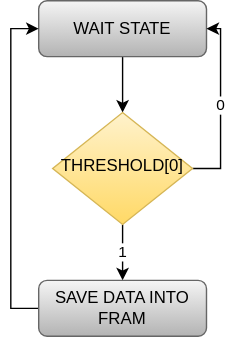
The draw.io diagram REPORT/fsm_funzionamento.svg in simoneruffini/NORM, before a commit. Source tidied: cells renumbered, new cells last; positions are measured from the earlier drawing's top-left corner, leaving out a move shared by most shapes. Its diagram source:
```xml
<mxGraphModel>
  <root>
    <mxCell id="0" />
    <mxCell id="1" parent="0" />
    <mxCell id="2" style="edgeStyle=orthogonalEdgeStyle;rounded=0;jettySize=auto;html=1;exitX=0.5;exitY=1;exitDx=0;exitDy=0;entryX=0.5;entryY=0;entryDx=0;entryDy=0;" parent="1" edge="1" source="3" target="6">
      <mxGeometry relative="1" as="geometry" />
    </mxCell>
    <mxCell id="3" value="WAIT STATE" style="rounded=1;whiteSpace=wrap;html=1;fontSize=12;glass=0;strokeWidth=1;shadow=0;gradientColor=#b3b3b3;fillColor=#f5f5f5;strokeColor=#666666;" parent="1" vertex="1">
      <mxGeometry width="120" height="40" as="geometry" />
    </mxCell>
    <mxCell id="4" value="0" style="edgeStyle=orthogonalEdgeStyle;rounded=0;jettySize=auto;html=1;exitX=1;exitY=0.5;exitDx=0;exitDy=0;entryX=1;entryY=0.5;entryDx=0;entryDy=0;" parent="1" edge="1" source="6" target="3">
      <mxGeometry relative="1" as="geometry" />
    </mxCell>
    <mxCell id="5" value="1" style="edgeStyle=orthogonalEdgeStyle;rounded=0;jettySize=auto;html=1;exitX=0.5;exitY=1;exitDx=0;exitDy=0;entryX=0.5;entryY=0;entryDx=0;entryDy=0;" parent="1" edge="1" source="6" target="8">
      <mxGeometry relative="1" as="geometry" />
    </mxCell>
    <mxCell id="6" value="THRESHOLD[0]" style="rhombus;whiteSpace=wrap;html=1;shadow=0;fontFamily=Helvetica;fontSize=12;align=center;strokeWidth=1;spacing=6;spacingTop=-4;gradientColor=#ffd966;fillColor=#fff2cc;strokeColor=#d6b656;" parent="1" vertex="1">
      <mxGeometry x="10" y="80" width="100" height="80" as="geometry" />
    </mxCell>
    <mxCell id="7" style="edgeStyle=orthogonalEdgeStyle;rounded=0;jettySize=auto;html=1;exitX=0;exitY=0.5;exitDx=0;exitDy=0;entryX=0;entryY=0.5;entryDx=0;entryDy=0;" parent="1" edge="1" source="8" target="3">
      <mxGeometry relative="1" as="geometry" />
    </mxCell>
    <mxCell id="8" value="SAVE DATA INTO&lt;br&gt;FRAM" style="rounded=1;whiteSpace=wrap;html=1;fontSize=12;glass=0;strokeWidth=1;shadow=0;gradientColor=#b3b3b3;fillColor=#f5f5f5;strokeColor=#666666;" parent="1" vertex="1">
      <mxGeometry y="200" width="120" height="40" as="geometry" />
    </mxCell>
  </root>
</mxGraphModel>
```
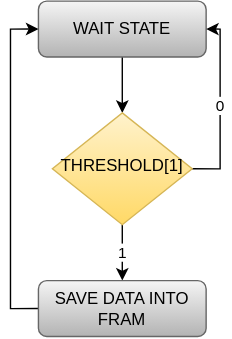
The same file after the commit.

The edit, as a diff of the source:
```diff
@@ -14,7 +14,7 @@
     <mxCell id="5" value="1" style="edgeStyle=orthogonalEdgeStyle;rounded=0;jettySize=auto;html=1;exitX=0.5;exitY=1;exitDx=0;exitDy=0;entryX=0.5;entryY=0;entryDx=0;entryDy=0;" parent="1" edge="1" source="6" target="8">
       <mxGeometry relative="1" as="geometry" />
     </mxCell>
-    <mxCell id="6" value="THRESHOLD[0]" style="rhombus;whiteSpace=wrap;html=1;shadow=0;fontFamily=Helvetica;fontSize=12;align=center;strokeWidth=1;spacing=6;spacingTop=-4;gradientColor=#ffd966;fillColor=#fff2cc;strokeColor=#d6b656;" parent="1" vertex="1">
+    <mxCell id="6" value="THRESHOLD[1]" style="rhombus;whiteSpace=wrap;html=1;shadow=0;fontFamily=Helvetica;fontSize=12;align=center;strokeWidth=1;spacing=6;spacingTop=-4;gradientColor=#ffd966;fillColor=#fff2cc;strokeColor=#d6b656;" parent="1" vertex="1">
       <mxGeometry x="10" y="80" width="100" height="80" as="geometry" />
     </mxCell>
     <mxCell id="7" style="edgeStyle=orthogonalEdgeStyle;rounded=0;jettySize=auto;html=1;exitX=0;exitY=0.5;exitDx=0;exitDy=0;entryX=0;entryY=0.5;entryDx=0;entryDy=0;" parent="1" edge="1" source="8" target="3">
```
